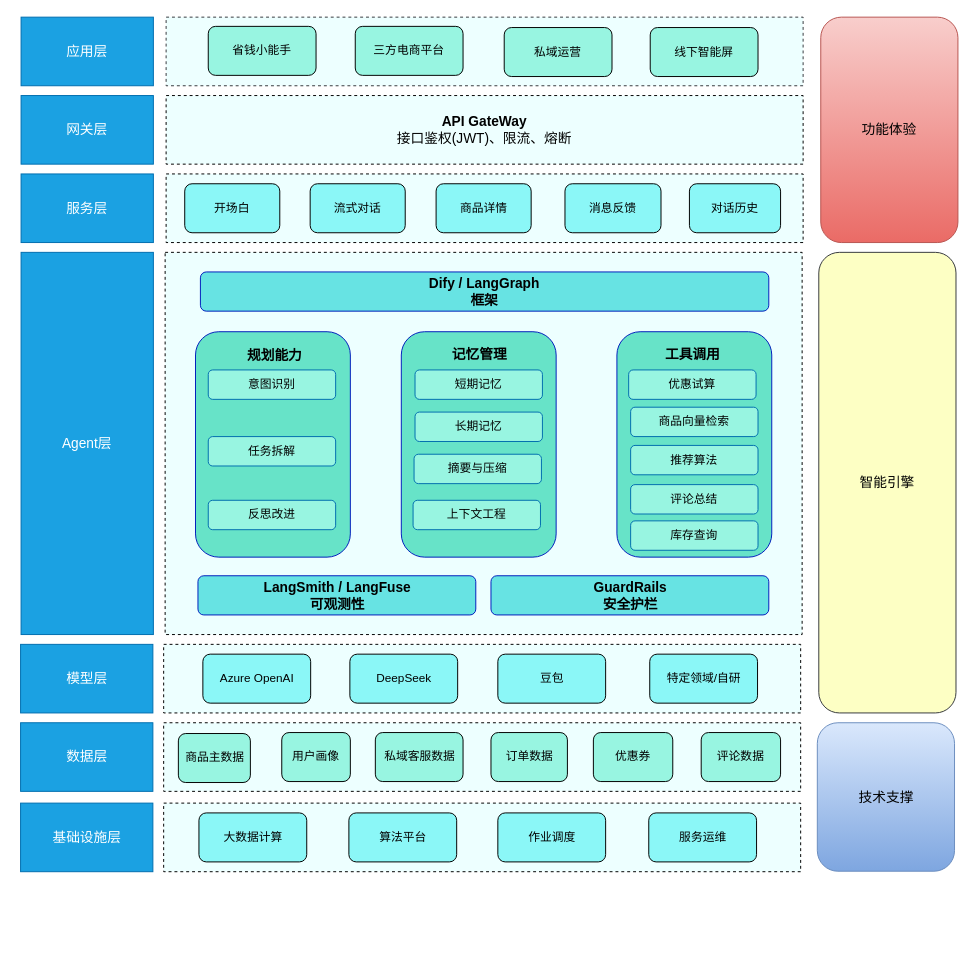
The draw.io diagram engineering/架构设计/省钱小能手-智能导购架构设计图.drawio in Wanke15/wanke15.github.io, before the edit. Source tidied: cells renumbered, new cells numbered last; positions are measured from the earlier drawing's top-left corner, leaving out a move shared by most shapes. Both pictures are drawn from the tidied source at 98%, with x=0, y=0 at pixel (21, 17).
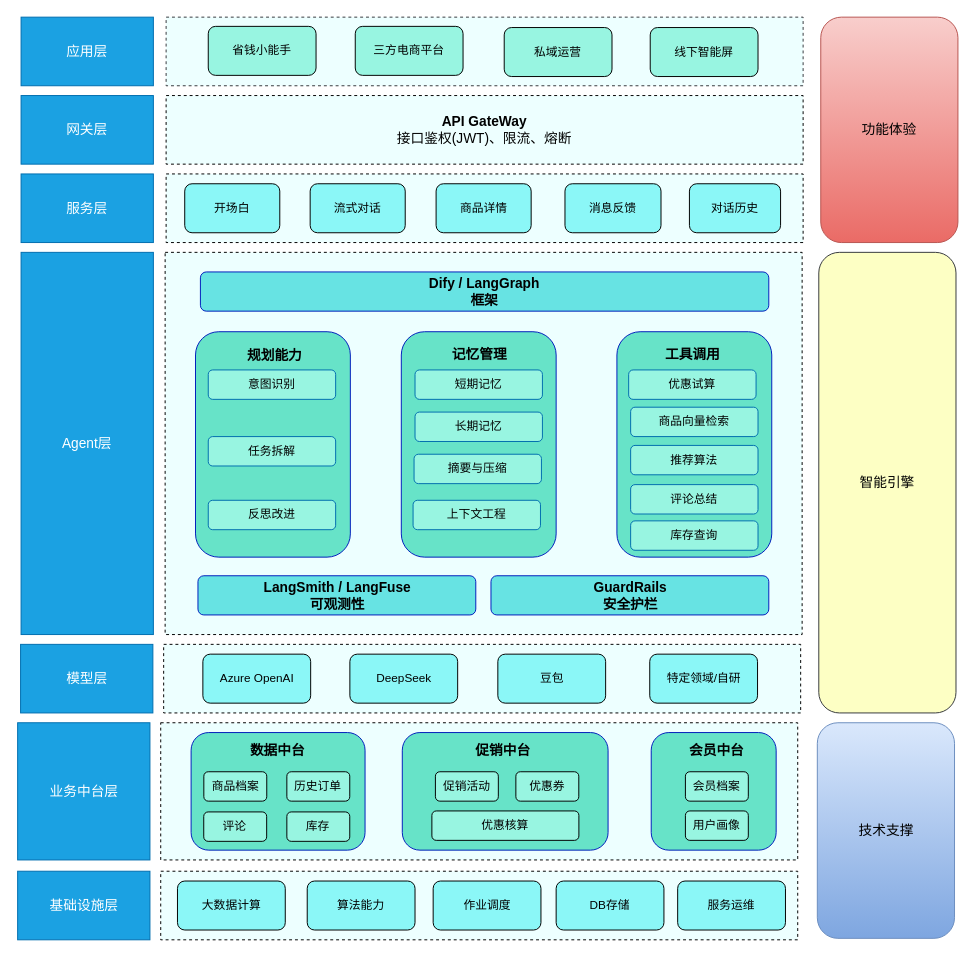
Above is the later version.

Commit message:
更新省钱小能手-智能导购架构设计图.drawio

Diff of the diagram source:
```diff
@@
-    <mxCell id="6" value="&lt;font style=&quot;font-size: 14px;&quot;&gt;数据层&lt;/font&gt;" style="rounded=0;whiteSpace=wrap;html=1;fillColor=#1ba1e2;strokeColor=#006EAF;fontColor=#ffffff;" parent="1" vertex="1">
-      <mxGeometry x="-0.5" y="720" width="135" height="70" as="geometry" />
+    <mxCell id="6" value="&lt;font style=&quot;font-size: 14px;&quot;&gt;业务中台层&lt;/font&gt;" style="rounded=0;whiteSpace=wrap;html=1;fillColor=#1ba1e2;strokeColor=#006EAF;fontColor=#ffffff;" parent="1" vertex="1">
+      <mxGeometry x="-3.5" y="720" width="135" height="140" as="geometry" />
     </mxCell>
     <mxCell id="7" style="rounded=0;whiteSpace=wrap;html=1;fillColor=#EDFFFF;strokeColor=#000000;dashed=1;" parent="1" vertex="1">
-      <mxGeometry x="145.5" y="720" width="650" height="70" as="geometry" />
+      <mxGeometry x="142.5" y="720" width="650" height="140" as="geometry" />
     </mxCell>
-    <mxCell id="8" value="商品主数据" style="rounded=1;whiteSpace=wrap;html=1;fillColor=#98F5E1;" parent="1" vertex="1">
-      <mxGeometry x="160.5" y="731" width="73.5" height="50" as="geometry" />
-    </mxCell>
-    <mxCell id="9" value="用户画像" style="rounded=1;whiteSpace=wrap;html=1;fillColor=#98F5E1;" parent="1" vertex="1">
-      <mxGeometry x="266" y="730" width="70" height="50" as="geometry" />
-    </mxCell>
-    <mxCell id="10" value="私域客服数据" style="rounded=1;whiteSpace=wrap;html=1;fillColor=#98F5E1;" parent="1" vertex="1">
-      <mxGeometry x="361.5" y="730" width="89.5" height="50" as="geometry" />
-    </mxCell>
     <mxCell id="11" value="&lt;font style=&quot;font-size: 14px;&quot;&gt;基础设施层&lt;/font&gt;" style="rounded=0;whiteSpace=wrap;html=1;fillColor=#1ba1e2;strokeColor=#006EAF;fontColor=#ffffff;" parent="1" vertex="1">
-      <mxGeometry x="-0.5" y="802" width="135" height="70" as="geometry" />
+      <mxGeometry x="-3.5" y="871.5" width="135" height="70" as="geometry" />
     </mxCell>
     <mxCell id="12" style="rounded=0;whiteSpace=wrap;html=1;fillColor=#EDFFFF;strokeColor=#000000;dashed=1;" parent="1" vertex="1">
-      <mxGeometry x="145.5" y="802" width="650" height="70" as="geometry" />
+      <mxGeometry x="142.5" y="871.5" width="650" height="70" as="geometry" />
     </mxCell>
-    <mxCell id="13" value="算法平台" style="rounded=1;whiteSpace=wrap;html=1;fillColor=#8BF7F7;" parent="1" vertex="1">
-      <mxGeometry x="334.5" y="812" width="110" height="50" as="geometry" />
+    <mxCell id="13" value="算法能力" style="rounded=1;whiteSpace=wrap;html=1;fillColor=#8BF7F7;" parent="1" vertex="1">
+      <mxGeometry x="292" y="881.5" width="110" height="50" as="geometry" />
     </mxCell>
@@
     <mxCell id="20" value="&lt;font style=&quot;font-size: 14px;&quot;&gt;技术支撑&lt;/font&gt;" style="rounded=1;whiteSpace=wrap;html=1;gradientColor=#7ea6e0;fillColor=#dae8fc;strokeColor=#6c8ebf;" parent="1" vertex="1">
-      <mxGeometry x="812.5" y="720" width="140" height="151.5" as="geometry" />
+      <mxGeometry x="812.5" y="720" width="140" height="220" as="geometry" />
     </mxCell>
@@
-    <mxCell id="23" value="订单数据" style="rounded=1;whiteSpace=wrap;html=1;fillColor=#98F5E1;" parent="1" vertex="1">
-      <mxGeometry x="479.5" y="730" width="78" height="50" as="geometry" />
-    </mxCell>
@@
     <mxCell id="49" value="作业调度" style="rounded=1;whiteSpace=wrap;html=1;fillColor=#8BF7F7;" parent="1" vertex="1">
-      <mxGeometry x="486.5" y="812" width="110" height="50" as="geometry" />
+      <mxGeometry x="420.5" y="881.5" width="110" height="50" as="geometry" />
     </mxCell>
     <mxCell id="50" value="服务运维" style="rounded=1;whiteSpace=wrap;html=1;fillColor=#8BF7F7;" parent="1" vertex="1">
-      <mxGeometry x="640.5" y="812" width="110" height="50" as="geometry" />
+      <mxGeometry x="670" y="881.5" width="110" height="50" as="geometry" />
     </mxCell>
     <mxCell id="51" value="大数据计算" style="rounded=1;whiteSpace=wrap;html=1;fillColor=#8BF7F7;" parent="1" vertex="1">
-      <mxGeometry x="181.5" y="812" width="110" height="50" as="geometry" />
+      <mxGeometry x="159.6" y="881.5" width="110" height="50" as="geometry" />
     </mxCell>
@@
+    <mxCell id="60" value="&lt;div style=&quot;&quot;&gt;&lt;b style=&quot;font-size: 14px; color: light-dark(rgb(0, 0, 0), rgb(237, 237, 237)); background-color: transparent;&quot;&gt;GuardRails&lt;br&gt;安全护栏&lt;/b&gt;&lt;/div&gt;" style="rounded=1;whiteSpace=wrap;html=1;align=center;fillColor=#67E3E3;fontColor=#ffffff;strokeColor=#001DBC;" parent="1" vertex="1">
+      <mxGeometry x="479.5" y="570" width="283.5" height="40" as="geometry" />
+    </mxCell>
+    <mxCell id="62" value="开场白" style="rounded=1;whiteSpace=wrap;html=1;fillColor=#8BF7F7;" parent="1" vertex="1">
+      <mxGeometry x="167" y="170" width="97" height="50" as="geometry" />
+    </mxCell>
+    <mxCell id="63" value="&lt;div style=&quot;&quot;&gt;&lt;br&gt;&lt;/div&gt;" style="rounded=1;whiteSpace=wrap;html=1;align=center;fillColor=#67E3C8;fontColor=#ffffff;strokeColor=#001DBC;" parent="1" vertex="1">
+      <mxGeometry x="173.5" y="730" width="177.5" height="120" as="geometry" />
+    </mxCell>
+    <mxCell id="64" value="商品档案" style="rounded=1;whiteSpace=wrap;html=1;fillColor=#98F5E1;" parent="1" vertex="1">
+      <mxGeometry x="186.5" y="770" width="64.2" height="30" as="geometry" />
+    </mxCell>
+    <mxCell id="65" value="&lt;font style=&quot;font-size: 14px;&quot;&gt;&lt;b&gt;数据中台&lt;/b&gt;&lt;/font&gt;" style="text;html=1;whiteSpace=wrap;strokeColor=none;fillColor=none;align=center;verticalAlign=middle;rounded=0;" parent="1" vertex="1">
+      <mxGeometry x="222.2" y="733" width="80" height="30" as="geometry" />
+    </mxCell>
+    <mxCell id="66" value="评论" style="rounded=1;whiteSpace=wrap;html=1;fillColor=#98F5E1;" parent="1" vertex="1">
+      <mxGeometry x="186.4" y="811" width="64.2" height="30" as="geometry" />
+    </mxCell>
+    <mxCell id="67" value="&lt;div style=&quot;&quot;&gt;&lt;br&gt;&lt;/div&gt;" style="rounded=1;whiteSpace=wrap;html=1;align=center;fillColor=#67E3C8;fontColor=#ffffff;strokeColor=#001DBC;" parent="1" vertex="1">
+      <mxGeometry x="389" y="730" width="210" height="120" as="geometry" />
+    </mxCell>
+    <mxCell id="68" value="优惠核算" style="rounded=1;whiteSpace=wrap;html=1;fillColor=#98F5E1;" parent="1" vertex="1">
+      <mxGeometry x="419.2" y="810" width="150" height="30" as="geometry" />
+    </mxCell>
+    <mxCell id="69" value="&lt;span style=&quot;font-size: 14px;&quot;&gt;&lt;b&gt;促销中台&lt;/b&gt;&lt;/span&gt;" style="text;html=1;whiteSpace=wrap;strokeColor=none;fillColor=none;align=center;verticalAlign=middle;rounded=0;" parent="1" vertex="1">
+      <mxGeometry x="452" y="733" width="80" height="30" as="geometry" />
+    </mxCell>
+    <mxCell id="70" value="促销活动" style="rounded=1;whiteSpace=wrap;html=1;fillColor=#98F5E1;" parent="1" vertex="1">
+      <mxGeometry x="422.8" y="770" width="64.2" height="30" as="geometry" />
+    </mxCell>
     <mxCell id="59" value="优惠券" style="rounded=1;whiteSpace=wrap;html=1;fillColor=#98F5E1;" parent="1" vertex="1">
-      <mxGeometry x="584" y="730" width="81" height="50" as="geometry" />
+      <mxGeometry x="504.9" y="770" width="64.2" height="30" as="geometry" />
     </mxCell>
-    <mxCell id="60" value="&lt;div style=&quot;&quot;&gt;&lt;b style=&quot;font-size: 14px; color: light-dark(rgb(0, 0, 0), rgb(237, 237, 237)); background-color: transparent;&quot;&gt;GuardRails&lt;br&gt;安全护栏&lt;/b&gt;&lt;/div&gt;" style="rounded=1;whiteSpace=wrap;html=1;align=center;fillColor=#67E3E3;fontColor=#ffffff;strokeColor=#001DBC;" parent="1" vertex="1">
-      <mxGeometry x="479.5" y="570" width="283.5" height="40" as="geometry" />
-    </mxCell>
-    <mxCell id="61" value="评论数据" style="rounded=1;whiteSpace=wrap;html=1;fillColor=#98F5E1;" parent="1" vertex="1">
-      <mxGeometry x="694" y="730" width="81" height="50" as="geometry" />
-    </mxCell>
-    <mxCell id="62" value="开场白" style="rounded=1;whiteSpace=wrap;html=1;fillColor=#8BF7F7;" parent="1" vertex="1">
-      <mxGeometry x="167" y="170" width="97" height="50" as="geometry" />
-    </mxCell>
+    <mxCell id="71" value="&lt;div style=&quot;&quot;&gt;&lt;br&gt;&lt;/div&gt;" style="rounded=1;whiteSpace=wrap;html=1;align=center;fillColor=#67E3C8;fontColor=#ffffff;strokeColor=#001DBC;" parent="1" vertex="1">
+      <mxGeometry x="643" y="730" width="127.5" height="120" as="geometry" />
+    </mxCell>
+    <mxCell id="72" value="&lt;font style=&quot;font-size: 14px;&quot;&gt;&lt;b&gt;会员中台&lt;/b&gt;&lt;/font&gt;" style="text;html=1;whiteSpace=wrap;strokeColor=none;fillColor=none;align=center;verticalAlign=middle;rounded=0;" parent="1" vertex="1">
+      <mxGeometry x="670" y="733" width="80" height="30" as="geometry" />
+    </mxCell>
+    <mxCell id="73" value="会员档案" style="rounded=1;whiteSpace=wrap;html=1;fillColor=#98F5E1;" parent="1" vertex="1">
+      <mxGeometry x="677.9" y="770" width="64.2" height="30" as="geometry" />
+    </mxCell>
+    <mxCell id="9" value="用户画像" style="rounded=1;whiteSpace=wrap;html=1;fillColor=#98F5E1;" parent="1" vertex="1">
+      <mxGeometry x="677.9" y="810" width="64.2" height="30" as="geometry" />
+    </mxCell>
+    <mxCell id="74" value="历史订单" style="rounded=1;whiteSpace=wrap;html=1;fillColor=#98F5E1;" parent="1" vertex="1">
+      <mxGeometry x="271.2" y="770" width="64.2" height="30" as="geometry" />
+    </mxCell>
+    <mxCell id="75" value="库存" style="rounded=1;whiteSpace=wrap;html=1;fillColor=#98F5E1;" parent="1" vertex="1">
+      <mxGeometry x="271.2" y="811" width="64.2" height="30" as="geometry" />
+    </mxCell>
+    <mxCell id="76" value="DB存储" style="rounded=1;whiteSpace=wrap;html=1;fillColor=#8BF7F7;" parent="1" vertex="1">
+      <mxGeometry x="546" y="881.5" width="110" height="50" as="geometry" />
+    </mxCell>
```
